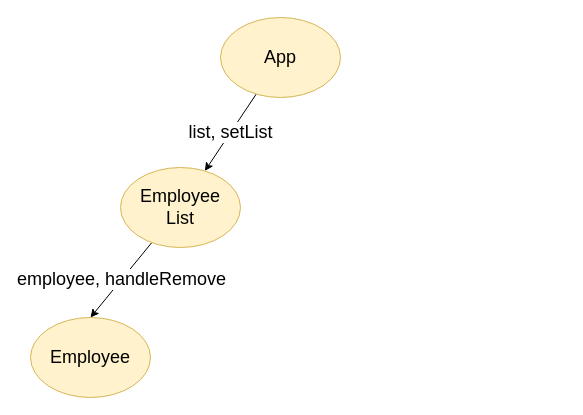
Above: page "AppGraph" (2 of 2) of Drawing.drawio in zcomert/java-mysql-react-full-stack-employee-spa (draw.io), before the change. Source tidied: cells renumbered, new cells numbered last; positions are measured from the earlier drawing's top-left corner, leaving out a move shared by most shapes. Both pictures are drawn from the tidied source at 100%, with x=0, y=0 at pixel (30, 17).
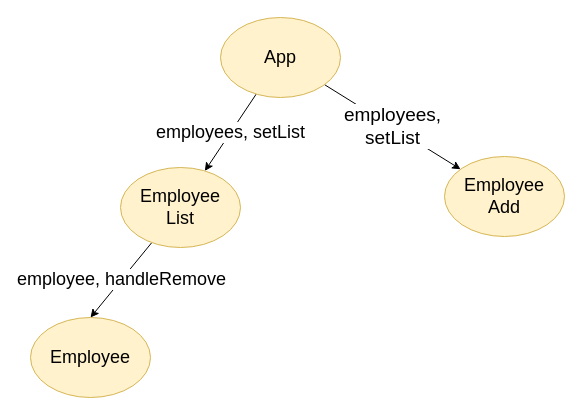
The same diagram, later.

What changed in the source:
```diff
@@
 <mxGraphModel>
   <root>
     <mxCell id="0" />
     <mxCell id="1" parent="0" />
-    <mxCell id="2" value="list, setList" style="rounded=0;jettySize=auto;html=1;fontSize=18;" parent="1" edge="1" source="3" target="5">
+    <mxCell id="2" value="employees, setList" style="rounded=0;jettySize=auto;html=1;fontSize=18;" parent="1" edge="1" source="3" target="5">
       <mxGeometry relative="1" as="geometry" />
     </mxCell>
+    <mxCell id="7" value="employees,&lt;br&gt;setList" style="edgeStyle=none;rounded=0;jettySize=auto;html=1;strokeWidth=1;fontSize=19;" parent="1" edge="1" source="3" target="8">
+      <mxGeometry relative="1" as="geometry" />
+    </mxCell>
     <mxCell id="3" value="App" style="ellipse;whiteSpace=wrap;html=1;fontSize=18;fillColor=#fff2cc;strokeColor=#d6b656;" parent="1" vertex="1">
       <mxGeometry x="190" width="120" height="80" as="geometry" />
     </mxCell>
     <mxCell id="4" value="employee, handleRemove" style="edgeStyle=none;rounded=0;jettySize=auto;html=1;entryX=0.5;entryY=0;entryDx=0;entryDy=0;fontSize=18;" parent="1" edge="1" source="5" target="6">
       <mxGeometry relative="1" as="geometry" />
     </mxCell>
     <mxCell id="5" value="Employee&lt;br&gt;List" style="ellipse;whiteSpace=wrap;html=1;fontSize=18;fillColor=#fff2cc;strokeColor=#d6b656;" parent="1" vertex="1">
       <mxGeometry x="90" y="150" width="120" height="80" as="geometry" />
     </mxCell>
     <mxCell id="6" value="Employee" style="ellipse;whiteSpace=wrap;html=1;fontSize=18;fillColor=#fff2cc;strokeColor=#d6b656;" parent="1" vertex="1">
       <mxGeometry y="300" width="120" height="80" as="geometry" />
     </mxCell>
+    <mxCell id="8" value="Employee&lt;br&gt;Add" style="ellipse;whiteSpace=wrap;html=1;fontSize=18;fillColor=#fff2cc;strokeColor=#d6b656;" parent="1" vertex="1">
+      <mxGeometry x="414" y="139" width="120" height="80" as="geometry" />
+    </mxCell>
   </root>
 </mxGraphModel>
```
